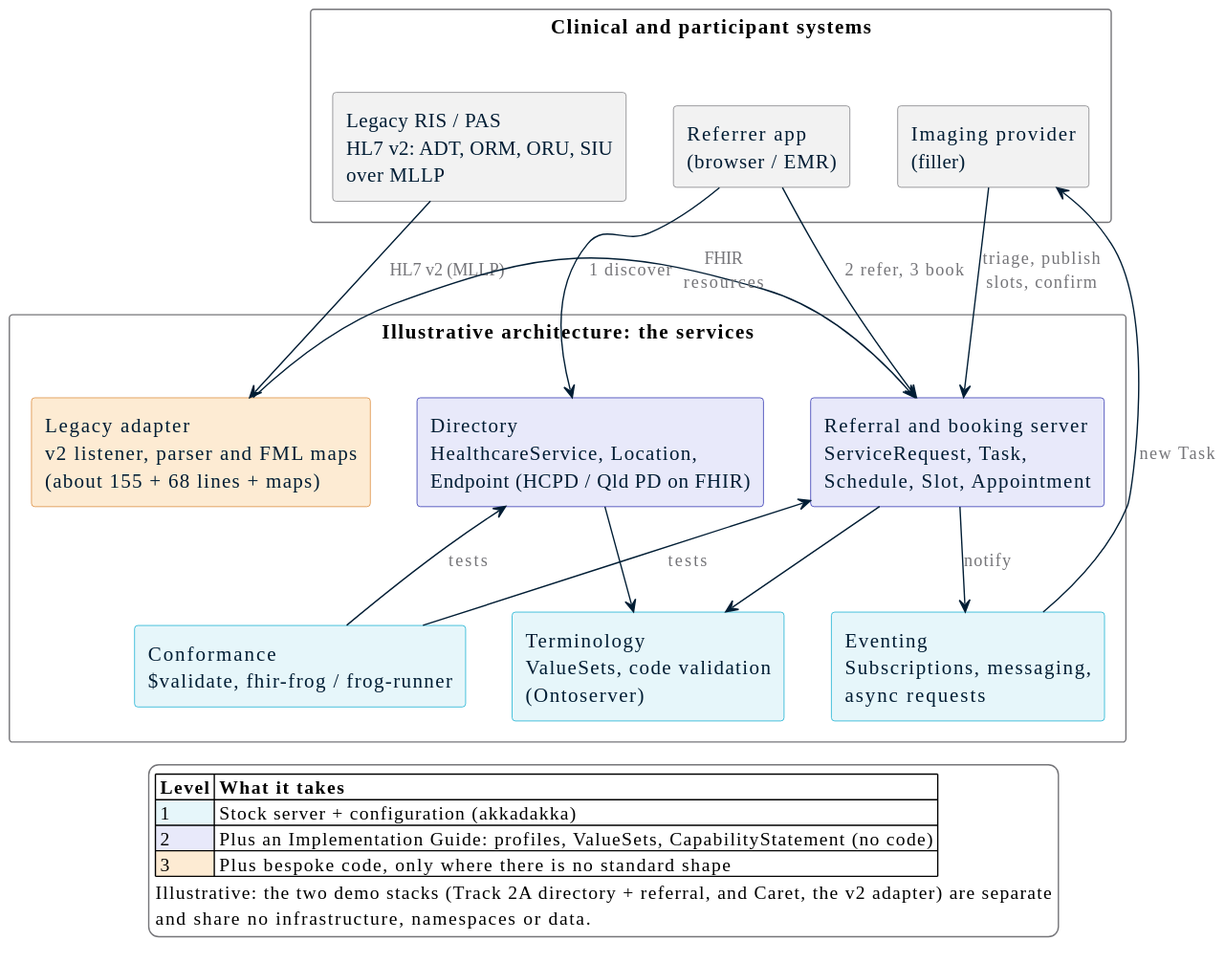
This is 2026-10-29/2-FHIR-For-Services/slides/diagrams/services-architecture.svg from aehrc/qh-connectathon, a PlantUML export, as it was before one commit. Its diagram source:
```plantuml
@startuml
skinparam backgroundColor transparent
skinparam shadowing false
skinparam defaultFontName Calibri
skinparam defaultFontSize 15
skinparam componentStyle rectangle
skinparam ArrowColor #001D34
skinparam ArrowFontColor #757579
skinparam ArrowFontSize 13
skinparam packageStyle rectangle
skinparam package {
  BorderColor #757579
  FontColor #001D34
  BackgroundColor #FFFFFF
}
skinparam component {
  FontColor #001D34
  BorderColor #757579
}
skinparam legend {
  BackgroundColor #FFFFFF
  BorderColor #757579
}

package "Clinical and participant systems" as CL {
  component "Legacy RIS / PAS\nHL7 v2: ADT, ORM, ORU, SIU\nover MLLP" as RIS #F2F2F2
  component "Imaging provider\n(filler)" as FIL #F2F2F2
  component "Referrer app\n(browser / EMR)" as REF #F2F2F2
}

package "Illustrative architecture: the services" as AR {
  component "Directory\nHealthcareService, Location,\nEndpoint (HCPD / Qld PD on FHIR)" as DIR #E8E9FA;line:1E22AA
  component "Referral and booking server\nServiceRequest, Task,\nSchedule, Slot, Appointment" as SRV #E8E9FA;line:1E22AA
  component "Legacy adapter\nv2 listener, parser and FML maps\n(about 155 + 68 lines + maps)" as ADP #FDEBD3;line:D9822B
  component "Eventing\nSubscriptions, messaging,\nasync requests" as EVT #E6F6FA;line:00A9CE
  component "Terminology\nValueSets, code validation\n(Ontoserver)" as TX #E6F6FA;line:00A9CE
  component "Conformance\n$validate, fhir-frog / frog-runner" as CON #E6F6FA;line:00A9CE
}

REF -down-> DIR : 1 discover
REF -down-> SRV : 2 refer, 3 book
FIL -down-> SRV : triage, publish\nslots, confirm
RIS -down-> ADP : HL7 v2 (MLLP)
ADP -right-> SRV : FHIR\nresources
SRV -down-> EVT : notify
EVT -up-> FIL : new Task
DIR -down-> TX
SRV -down-> TX
CON -up-> SRV : tests
CON -up-> DIR : tests

SRV -[hidden]right-> DIR
ADP -[hidden]down-> CON

legend bottom
  |= Level |= What it takes |
  |<#E6F6FA> 1 | Stock server + configuration (akkadakka) |
  |<#E8E9FA> 2 | Plus an Implementation Guide: profiles, ValueSets, CapabilityStatement (no code) |
  |<#FDEBD3> 3 | Plus bespoke code, only where there is no standard shape |
  Illustrative: the two demo stacks (Track 2A directory + referral, and Caret, the v2 adapter) are separate
  and share no infrastructure, namespaces or data.
endlegend
@enduml
```
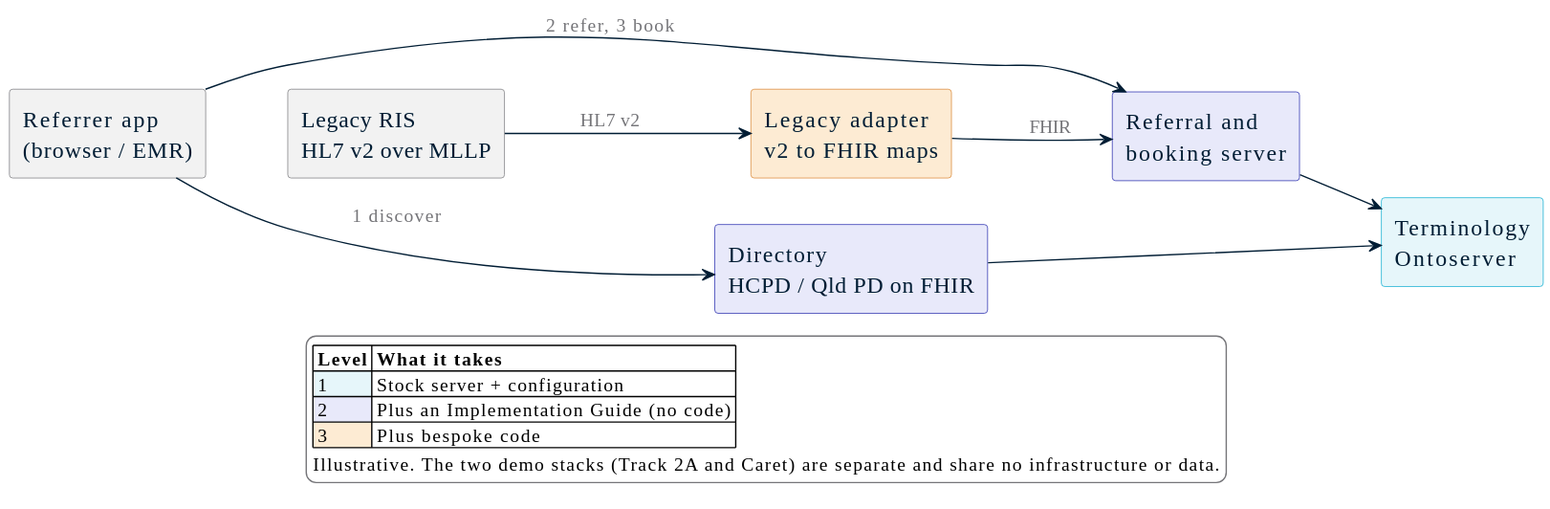
After the commit.

Commit message:
slides: zoom ladder for the services diagrams (families, map, architecture)

What changed in the source:
```diff
@@ -2,17 +2,11 @@
 skinparam backgroundColor transparent
 skinparam shadowing false
 skinparam defaultFontName Calibri
-skinparam defaultFontSize 15
+skinparam defaultFontSize 17
 skinparam componentStyle rectangle
 skinparam ArrowColor #001D34
 skinparam ArrowFontColor #757579
-skinparam ArrowFontSize 13
-skinparam packageStyle rectangle
-skinparam package {
-  BorderColor #757579
-  FontColor #001D34
-  BackgroundColor #FFFFFF
-}
+skinparam ArrowFontSize 14
 skinparam component {
   FontColor #001D34
   BorderColor #757579
@@ -21,43 +15,31 @@
   BackgroundColor #FFFFFF
   BorderColor #757579
 }
+left to right direction
 
-package "Clinical and participant systems" as CL {
-  component "Legacy RIS / PAS\nHL7 v2: ADT, ORM, ORU, SIU\nover MLLP" as RIS #F2F2F2
-  component "Imaging provider\n(filler)" as FIL #F2F2F2
-  component "Referrer app\n(browser / EMR)" as REF #F2F2F2
-}
+component "Referrer app\n(browser / EMR)" as REF #F2F2F2
+component "Legacy RIS\nHL7 v2 over MLLP" as RIS #F2F2F2
+component "Directory\nHCPD / Qld PD on FHIR" as DIR #E8E9FA;line:1E22AA
+component "Referral and\nbooking server" as SRV #E8E9FA;line:1E22AA
+component "Legacy adapter\nv2 to FHIR maps" as ADP #FDEBD3;line:D9822B
+component "Terminology\nOntoserver" as TX #E6F6FA;line:00A9CE
 
-package "Illustrative architecture: the services" as AR {
-  component "Directory\nHealthcareService, Location,\nEndpoint (HCPD / Qld PD on FHIR)" as DIR #E8E9FA;line:1E22AA
-  component "Referral and booking server\nServiceRequest, Task,\nSchedule, Slot, Appointment" as SRV #E8E9FA;line:1E22AA
-  component "Legacy adapter\nv2 listener, parser and FML maps\n(about 155 + 68 lines + maps)" as ADP #FDEBD3;line:D9822B
-  component "Eventing\nSubscriptions, messaging,\nasync requests" as EVT #E6F6FA;line:00A9CE
-  component "Terminology\nValueSets, code validation\n(Ontoserver)" as TX #E6F6FA;line:00A9CE
-  component "Conformance\n$validate, fhir-frog / frog-runner" as CON #E6F6FA;line:00A9CE
-}
+REF --> DIR : 1 discover
+REF --> SRV : 2 refer, 3 book
+RIS --> ADP : HL7 v2
+ADP --> SRV : FHIR
+DIR --> TX
+SRV --> TX
 
-REF -down-> DIR : 1 discover
-REF -down-> SRV : 2 refer, 3 book
-FIL -down-> SRV : triage, publish\nslots, confirm
-RIS -down-> ADP : HL7 v2 (MLLP)
-ADP -right-> SRV : FHIR\nresources
-SRV -down-> EVT : notify
-EVT -up-> FIL : new Task
-DIR -down-> TX
-SRV -down-> TX
-CON -up-> SRV : tests
-CON -up-> DIR : tests
-
-SRV -[hidden]right-> DIR
-ADP -[hidden]down-> CON
+REF -[hidden]down-> RIS
+DIR -[hidden]down-> SRV
+SRV -[hidden]down-> ADP
 
 legend bottom
   |= Level |= What it takes |
-  |<#E6F6FA> 1 | Stock server + configuration (akkadakka) |
-  |<#E8E9FA> 2 | Plus an Implementation Guide: profiles, ValueSets, CapabilityStatement (no code) |
-  |<#FDEBD3> 3 | Plus bespoke code, only where there is no standard shape |
-  Illustrative: the two demo stacks (Track 2A directory + referral, and Caret, the v2 adapter) are separate
-  and share no infrastructure, namespaces or data.
+  |<#E6F6FA> 1 | Stock server + configuration |
+  |<#E8E9FA> 2 | Plus an Implementation Guide (no code) |
+  |<#FDEBD3> 3 | Plus bespoke code |
+  Illustrative. The two demo stacks (Track 2A and Caret) are separate and share no infrastructure or data.
 endlegend
 @enduml
```
